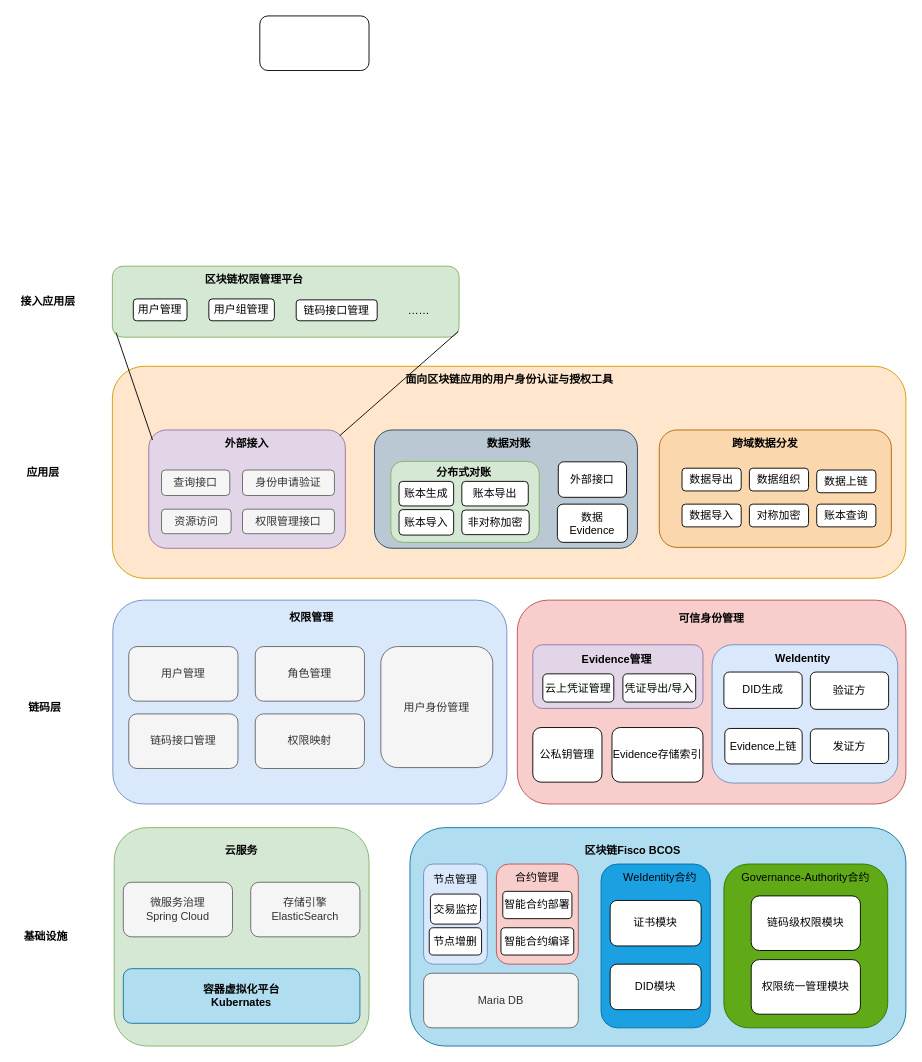
Earlier version of the draw.io diagram Untitled Diagram.drawio (doubleBeans/doubleBeans). Source tidied: cells renumbered, new cells numbered last; positions are measured from the earlier drawing's top-left corner, leaving out a move shared by most shapes. Both pictures are drawn from the tidied source at 91%, with x=0, y=0 at pixel (15, 15).
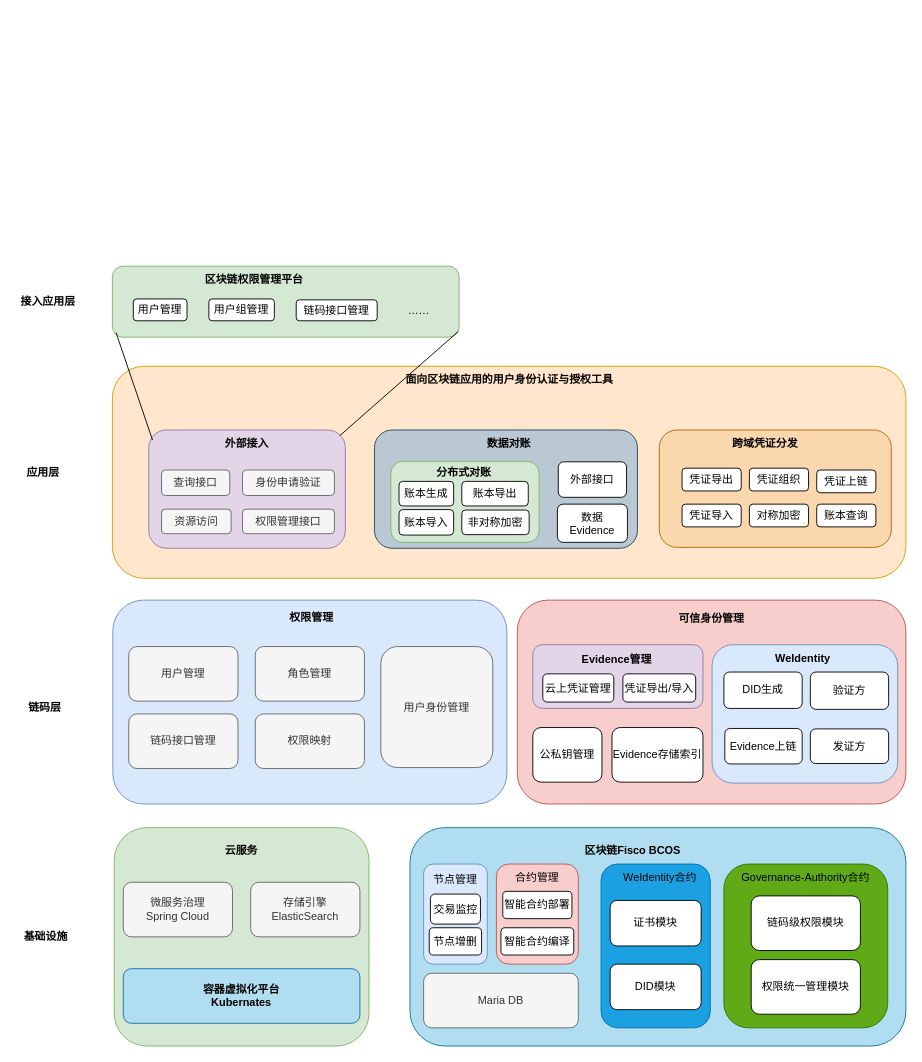
The same diagram, later.

The change refers to these unchanged cells:
```xml
<mxCell id="70" style="group;" parent="1" vertex="1">
  <mxGeometry x="106" y="385" width="872" height="233" as="geometry" />
</mxCell>
```

What changed in the source:
```diff
@@
-    <mxCell id="69" style="rounded=1;whiteSpace=wrap;html=1;fillColor=none;" parent="1" vertex="1">
-      <mxGeometry x="268" width="120" height="60" as="geometry" />
-    </mxCell>
@@
-    <mxCell id="93" value="&lt;b&gt;跨域数据分发&lt;/b&gt;" style="text;html=1;strokeColor=none;fillColor=none;align=center;verticalAlign=middle;whiteSpace=wrap;rounded=0;" parent="70" vertex="1">
+    <mxCell id="93" value="&lt;b&gt;跨域凭证分发&lt;/b&gt;" style="text;html=1;strokeColor=none;fillColor=none;align=center;verticalAlign=middle;whiteSpace=wrap;rounded=0;" parent="70" vertex="1">
       <mxGeometry x="677" y="70" width="81" height="30" as="geometry" />
     </mxCell>
-    <mxCell id="94" value="数据导出" style="rounded=1;whiteSpace=wrap;html=1;" parent="70" vertex="1">
+    <mxCell id="94" value="凭证导出" style="rounded=1;whiteSpace=wrap;html=1;" parent="70" vertex="1">
       <mxGeometry x="626" y="112" width="65" height="25" as="geometry" />
     </mxCell>
-    <mxCell id="95" value="数据导入" style="rounded=1;whiteSpace=wrap;html=1;" parent="70" vertex="1">
+    <mxCell id="95" value="凭证导入" style="rounded=1;whiteSpace=wrap;html=1;" parent="70" vertex="1">
       <mxGeometry x="626" y="151.5" width="65" height="25" as="geometry" />
     </mxCell>
-    <mxCell id="96" value="数据组织" style="rounded=1;whiteSpace=wrap;html=1;" parent="70" vertex="1">
+    <mxCell id="96" value="凭证组织" style="rounded=1;whiteSpace=wrap;html=1;" parent="70" vertex="1">
       <mxGeometry x="700" y="112" width="65" height="25" as="geometry" />
     </mxCell>
@@
-    <mxCell id="98" value="数据上链" style="rounded=1;whiteSpace=wrap;html=1;" parent="70" vertex="1">
+    <mxCell id="98" value="凭证上链" style="rounded=1;whiteSpace=wrap;html=1;" parent="70" vertex="1">
       <mxGeometry x="774" y="114" width="65" height="25" as="geometry" />
     </mxCell>
```
